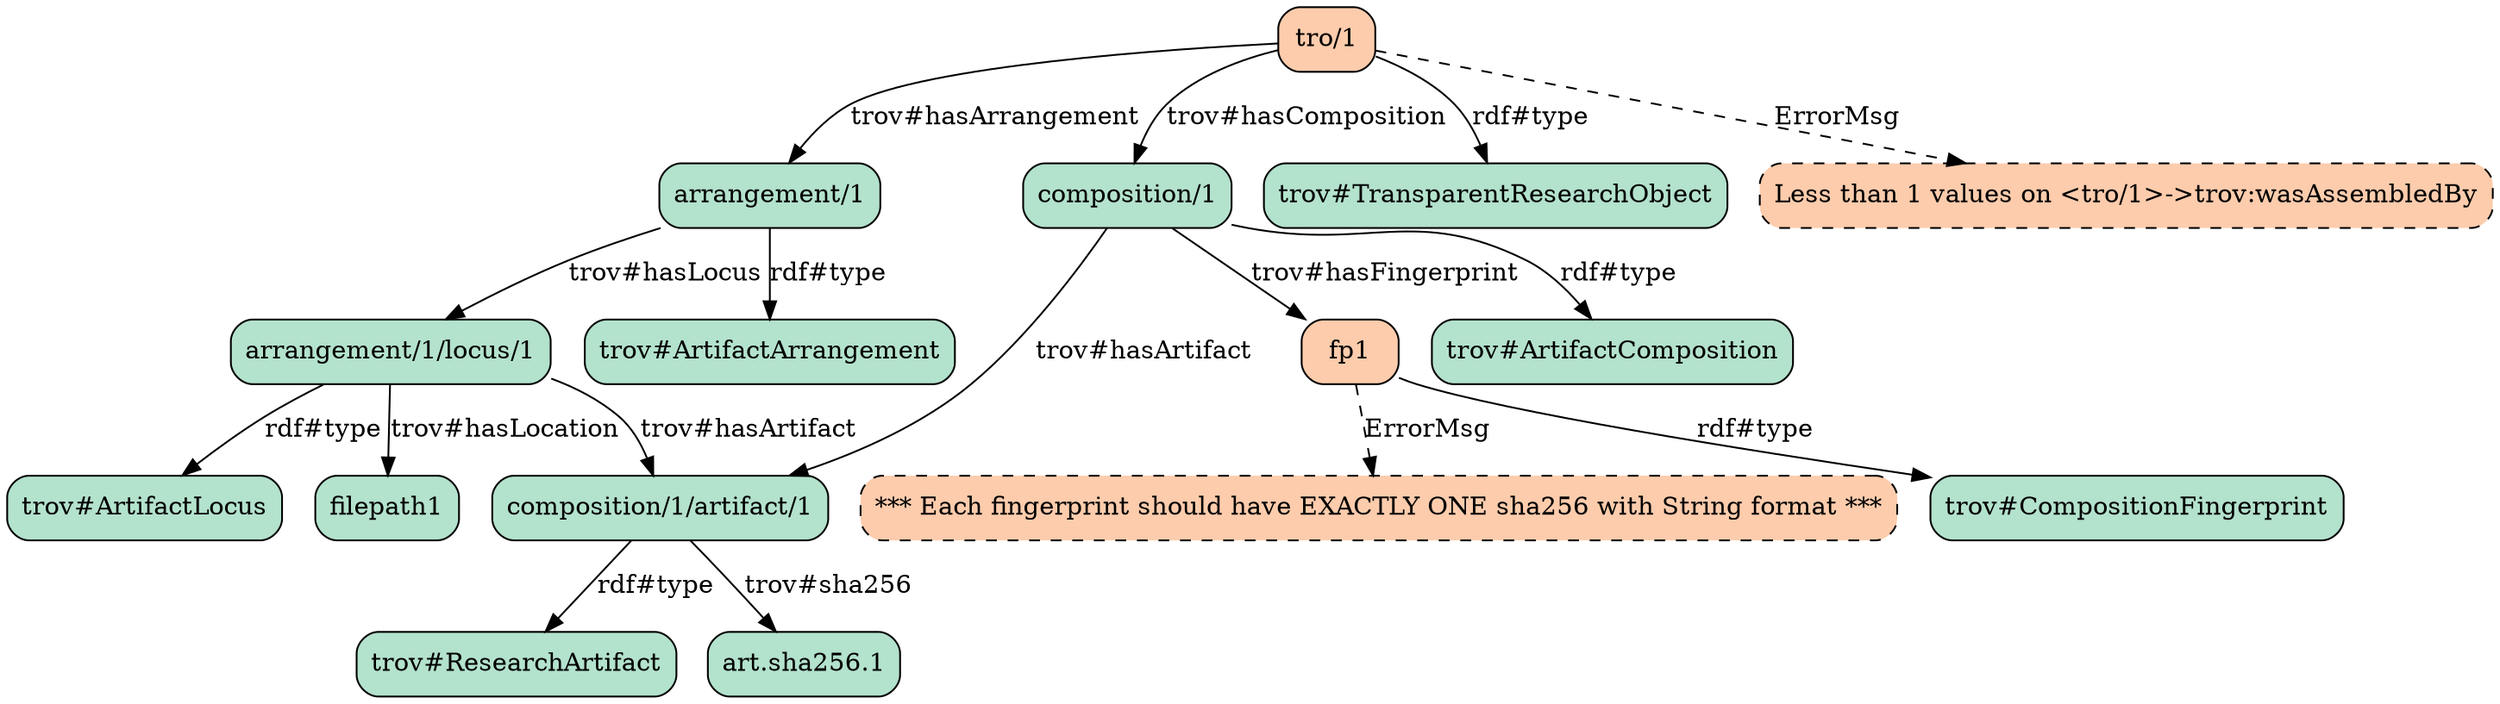
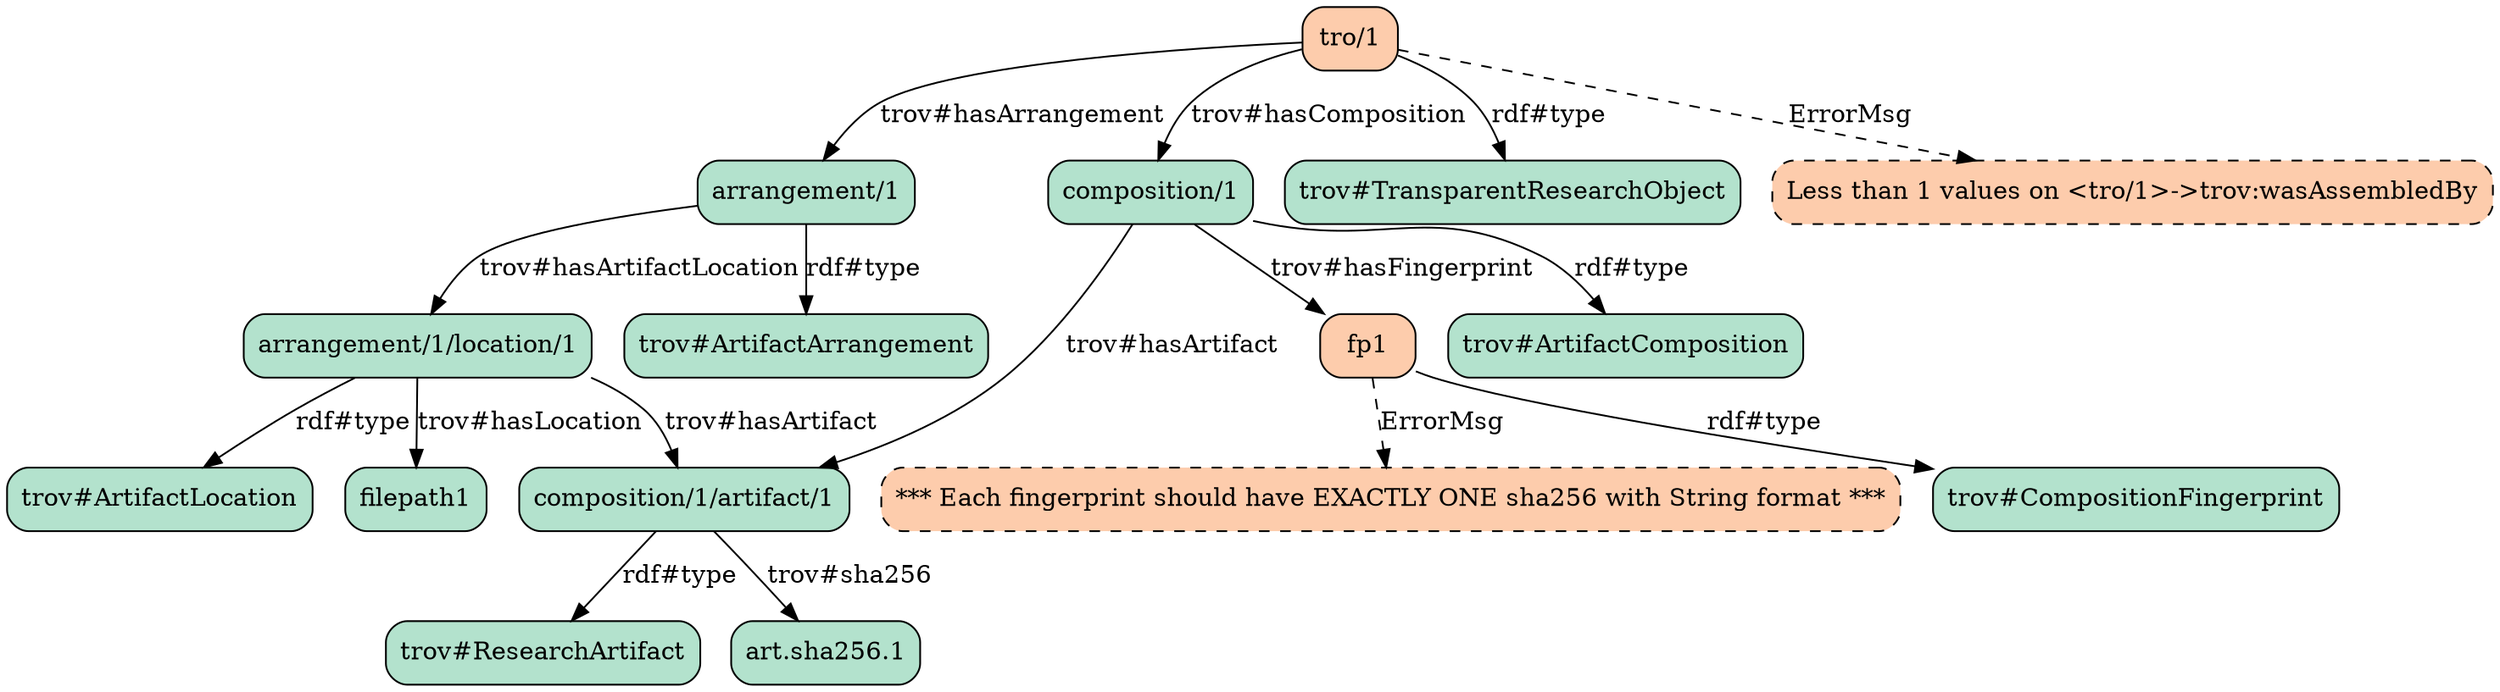
strict digraph "" {
	"arrangement/1"	[fillcolor="#b3e2cd",
		shape=box,
		style="filled, rounded"];
	"trov#ArtifactArrangement"	[fillcolor="#b3e2cd",
		shape=box,
		style="filled, rounded"];
	"arrangement/1" -> "trov#ArtifactArrangement"	[label="rdf#type"];
- 	"arrangement/1/locus/1"	[fillcolor="#b3e2cd",
+ 	"arrangement/1/location/1"	[fillcolor="#b3e2cd",
		shape=box,
		style="filled, rounded"];
- 	"arrangement/1" -> "arrangement/1/locus/1"	[label="trov#hasLocus"];
- 	"trov#ArtifactLocus"	[fillcolor="#b3e2cd",
+ 	"arrangement/1" -> "arrangement/1/location/1"	[label="trov#hasArtifactLocation"];
+ 	"trov#ArtifactLocation"	[fillcolor="#b3e2cd",
		shape=box,
		style="filled, rounded"];
- 	"arrangement/1/locus/1" -> "trov#ArtifactLocus"	[label="rdf#type"];
+ 	"arrangement/1/location/1" -> "trov#ArtifactLocation"	[label="rdf#type"];
	"composition/1/artifact/1"	[fillcolor="#b3e2cd",
		shape=box,
		style="filled, rounded"];
- 	"arrangement/1/locus/1" -> "composition/1/artifact/1"	[label="trov#hasArtifact"];
+ 	"arrangement/1/location/1" -> "composition/1/artifact/1"	[label="trov#hasArtifact"];
	filepath1	[fillcolor="#b3e2cd",
		shape=box,
		style="filled, rounded"];
- 	"arrangement/1/locus/1" -> filepath1	[label="trov#hasLocation"];
+ 	"arrangement/1/location/1" -> filepath1	[label="trov#hasLocation"];
	"trov#ResearchArtifact"	[fillcolor="#b3e2cd",
		shape=box,
		style="filled, rounded"];
	"composition/1/artifact/1" -> "trov#ResearchArtifact"	[label="rdf#type"];
	"art.sha256.1"	[fillcolor="#b3e2cd",
		shape=box,
		style="filled, rounded"];
	"composition/1/artifact/1" -> "art.sha256.1"	[label="trov#sha256"];
	"composition/1"	[fillcolor="#b3e2cd",
		shape=box,
		style="filled, rounded"];
	"composition/1" -> "composition/1/artifact/1"	[label="trov#hasArtifact"];
	"trov#ArtifactComposition"	[fillcolor="#b3e2cd",
		shape=box,
		style="filled, rounded"];
	"composition/1" -> "trov#ArtifactComposition"	[label="rdf#type"];
	fp1	[fillcolor="#fdccac",
		shape=box,
		style="filled, rounded"];
	"composition/1" -> fp1	[label="trov#hasFingerprint"];
	"trov#CompositionFingerprint"	[fillcolor="#b3e2cd",
		shape=box,
		style="filled, rounded"];
	fp1 -> "trov#CompositionFingerprint"	[label="rdf#type"];
	"*** Each fingerprint should have EXACTLY ONE sha256 with String format ***"	[fillcolor="#fdccac",
		shape=box,
		style="filled, rounded, dashed"];
	fp1 -> "*** Each fingerprint should have EXACTLY ONE sha256 with String format ***"	[label=ErrorMsg,
		style=dashed];
	"tro/1"	[fillcolor="#fdccac",
		shape=box,
		style="filled, rounded"];
	"tro/1" -> "arrangement/1"	[label="trov#hasArrangement"];
	"tro/1" -> "composition/1"	[label="trov#hasComposition"];
	"trov#TransparentResearchObject"	[fillcolor="#b3e2cd",
		shape=box,
		style="filled, rounded"];
	"tro/1" -> "trov#TransparentResearchObject"	[label="rdf#type"];
	"Less than 1 values on <tro/1>->trov:wasAssembledBy"	[fillcolor="#fdccac",
		shape=box,
		style="filled, rounded, dashed"];
	"tro/1" -> "Less than 1 values on <tro/1>->trov:wasAssembledBy"	[label=ErrorMsg,
		style=dashed];
}
